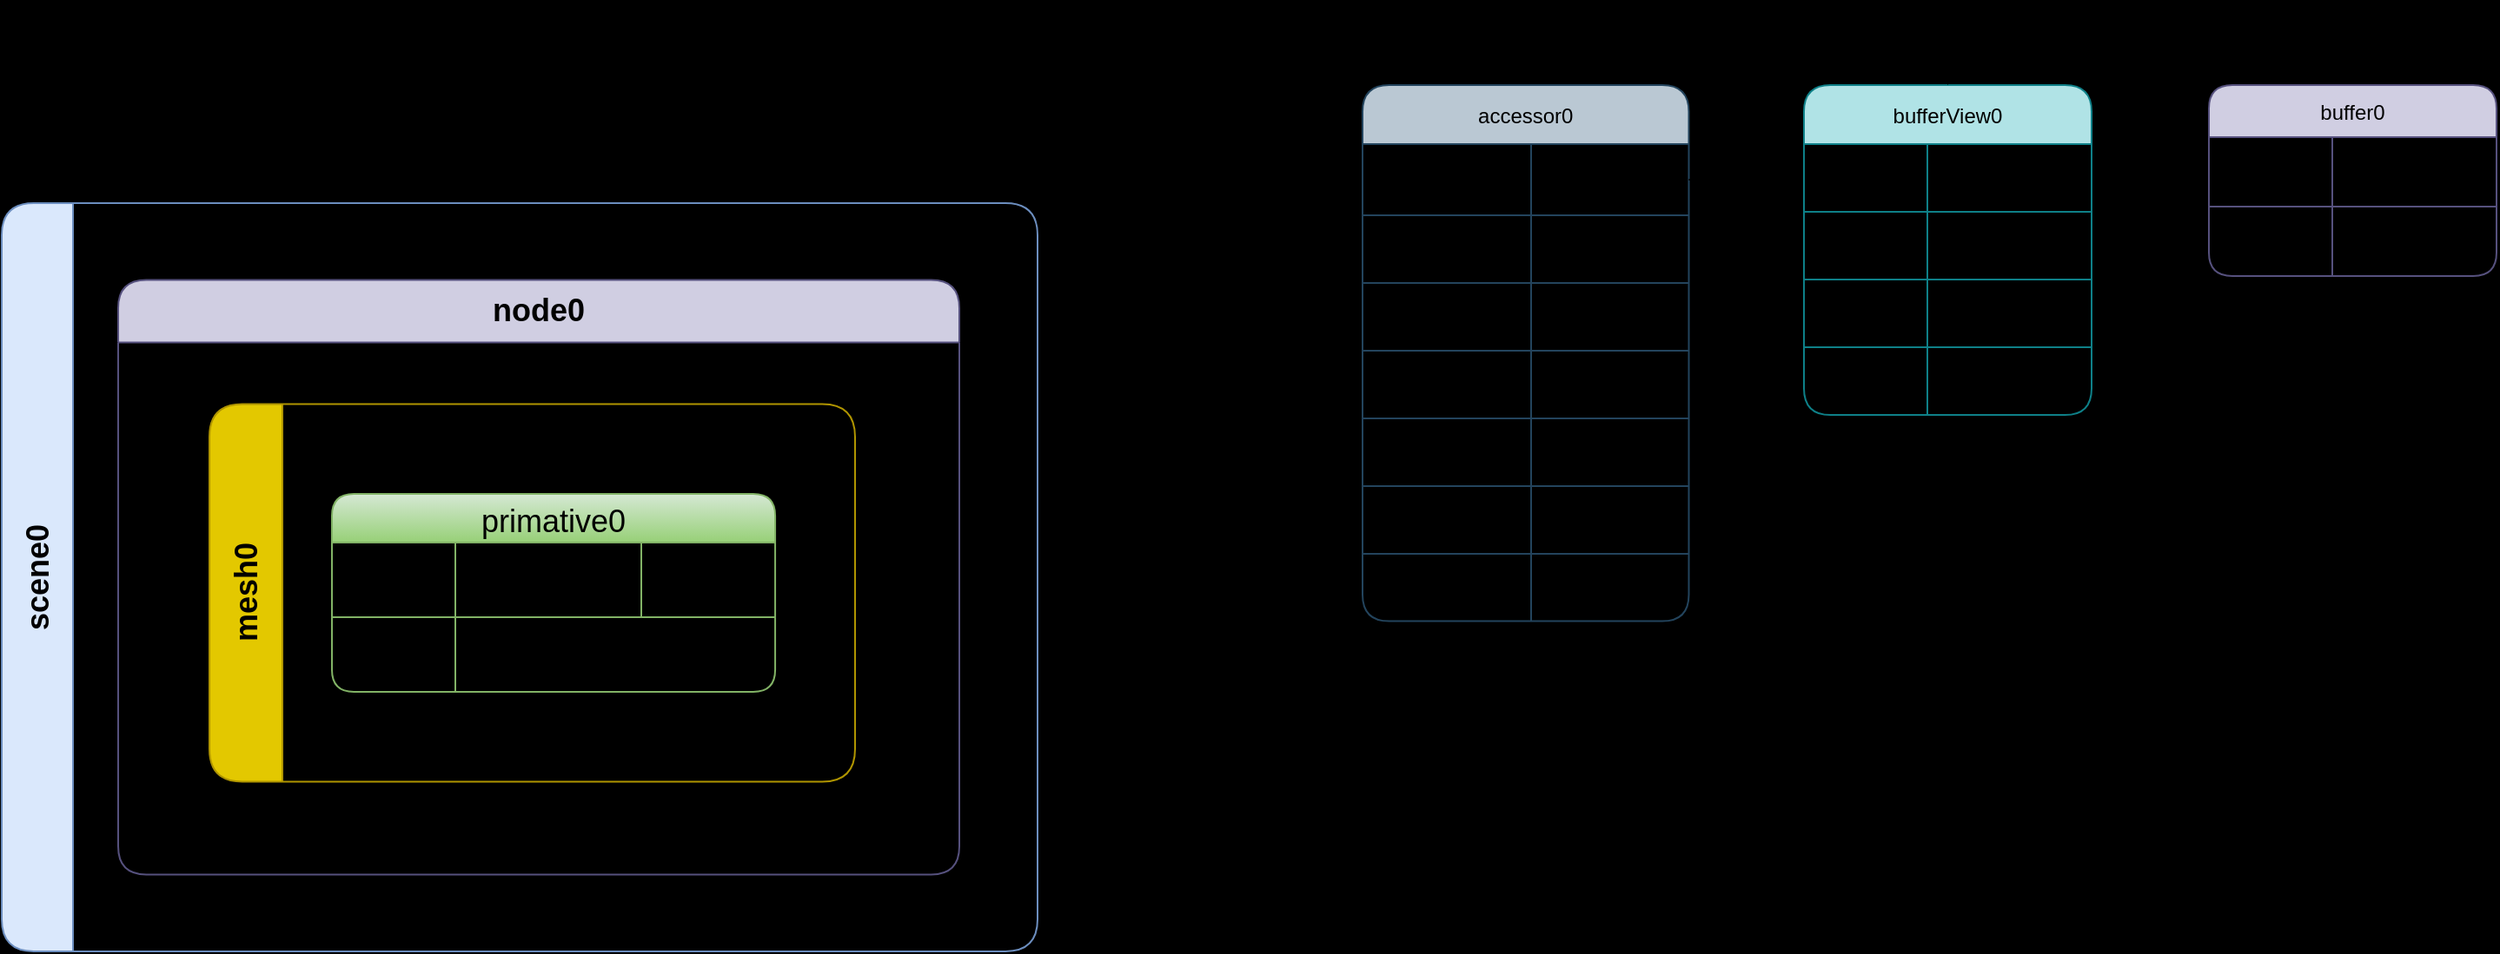
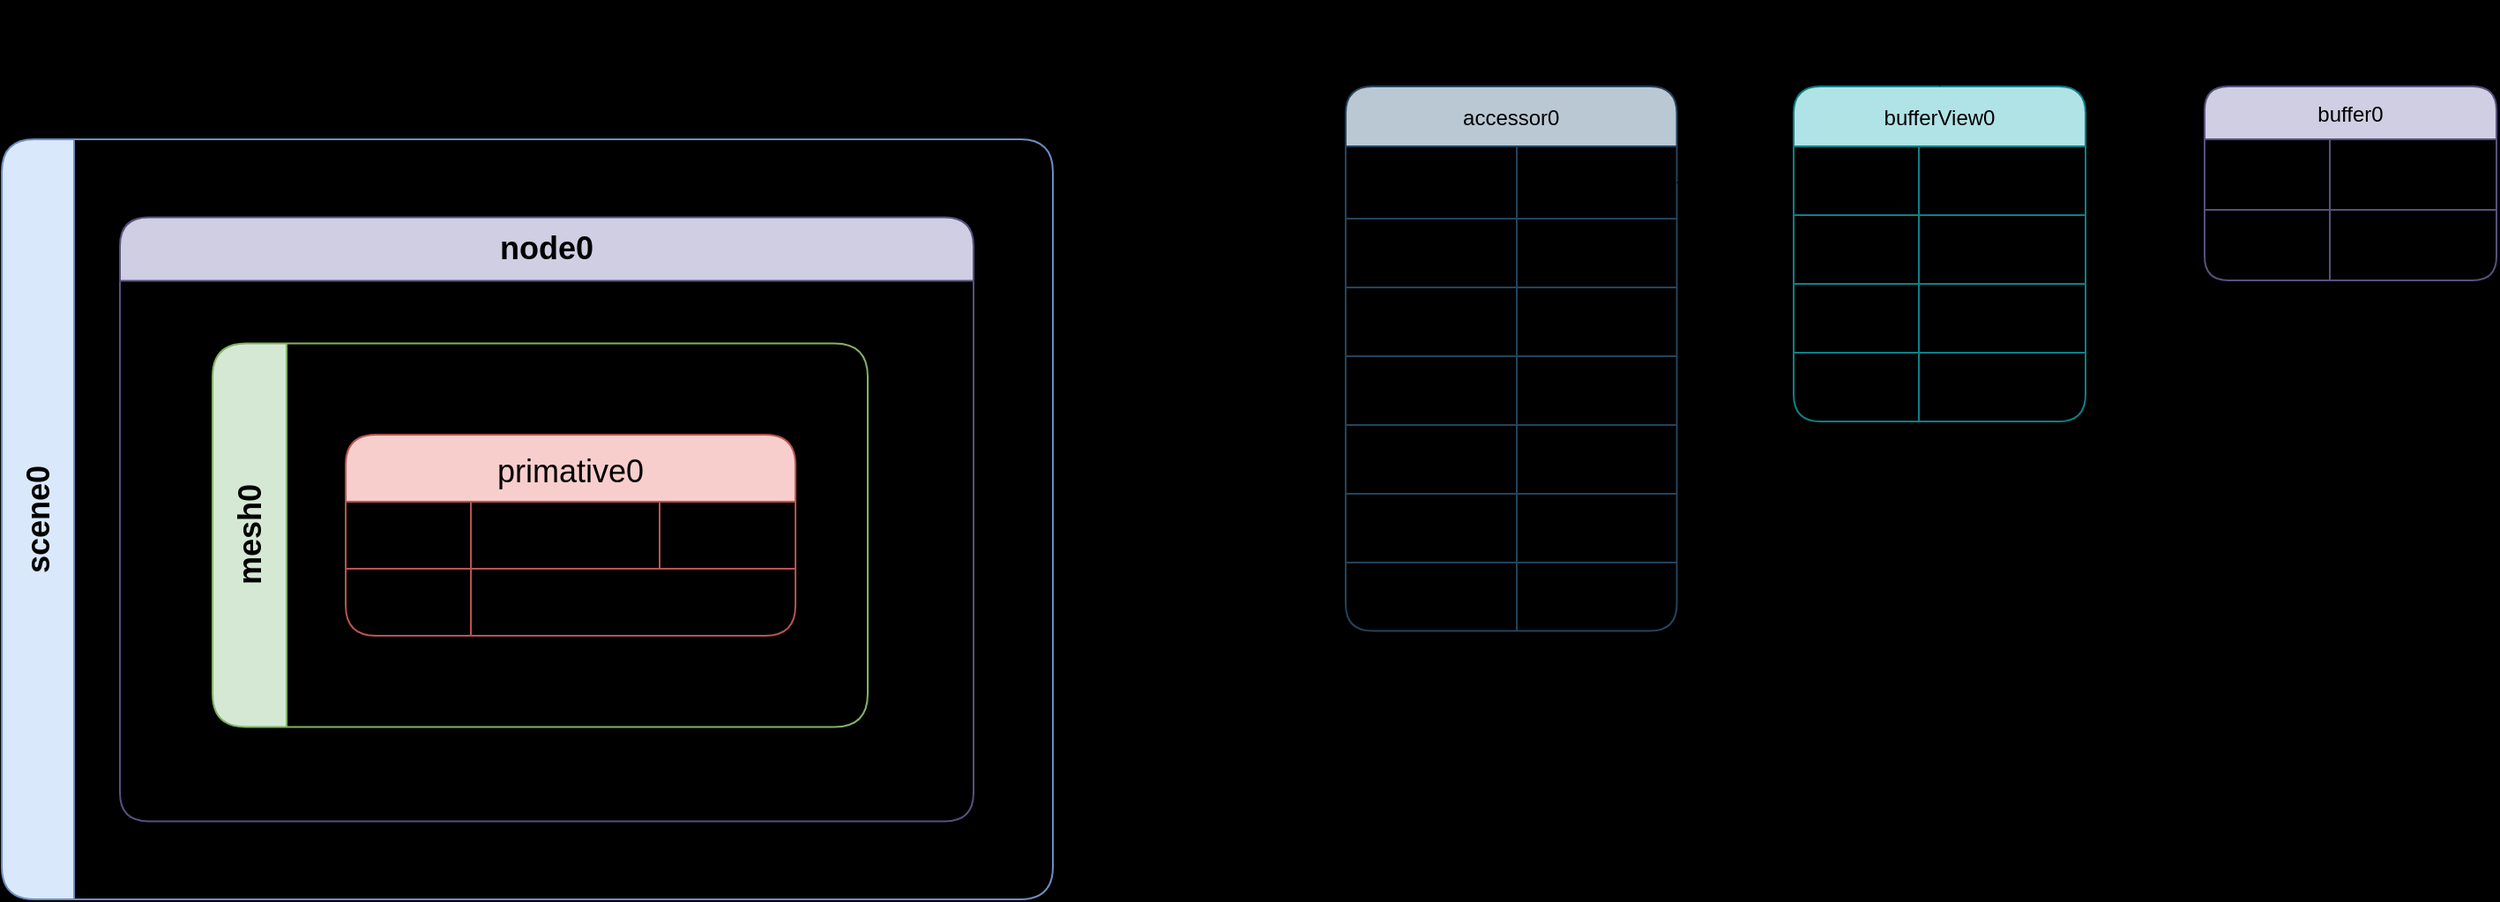
<mxfile host="app.diagrams.net">
  <diagram id="BZvedy4mBk2RI_J5c_5u" name="第 1 页">
    <mxGraphModel dx="2959" dy="1342" grid="0" gridSize="10" guides="1" tooltips="1" connect="1" arrows="1" fold="1" page="0" pageScale="1" pageWidth="827" pageHeight="1169" background="light-dark(#000000,#2B2B2B)" math="0" shadow="0">
      <root>
        <mxCell id="0" />
        <mxCell id="1" parent="0" />
-         <mxCell id="-Ds3_SINnqwqFCvs20sv-1" parent="1" style="shape=table;startSize=30;container=1;collapsible=0;childLayout=tableLayout;fixedHeader=1;fillColor=#d0cee2;strokeColor=#56517e;rounded=1;" value="buffer0" vertex="1">
+         <mxCell id="-Ds3_SINnqwqFCvs20sv-1" parent="1" style="shape=table;startSize=30;container=1;collapsible=0;childLayout=tableLayout;fixedHeader=1;fillColor=#d0cee2;strokeColor=#56517e;rounded=1;fontColor=light-dark(#000000,#66FFB3);" value="buffer0" vertex="1">
          <mxGeometry height="110" width="165.5" x="153" y="-32" as="geometry" />
        </mxCell>
        <mxCell id="-Ds3_SINnqwqFCvs20sv-2" parent="-Ds3_SINnqwqFCvs20sv-1" style="shape=tableRow;horizontal=0;startSize=0;swimlaneHead=0;swimlaneBody=0;strokeColor=inherit;top=0;left=0;bottom=0;right=0;collapsible=0;dropTarget=0;fillColor=none;points=[[0,0.5],[1,0.5]];portConstraint=eastwest;fixedHeader=1;rounded=1;" value="" vertex="1">
          <mxGeometry height="40" width="165.5" y="30" as="geometry" />
        </mxCell>
        <mxCell id="-Ds3_SINnqwqFCvs20sv-3" parent="-Ds3_SINnqwqFCvs20sv-2" style="shape=partialRectangle;html=1;whiteSpace=wrap;connectable=0;strokeColor=inherit;overflow=hidden;fillColor=none;top=0;left=0;bottom=0;right=0;pointerEvents=1;align=center;rounded=1;fontColor=light-dark(#000000,#20C2B5);" value="uri" vertex="1">
          <mxGeometry height="40" width="71" as="geometry">
            <mxRectangle height="40" width="71" as="alternateBounds" />
          </mxGeometry>
        </mxCell>
        <mxCell id="-Ds3_SINnqwqFCvs20sv-4" parent="-Ds3_SINnqwqFCvs20sv-2" style="shape=partialRectangle;html=1;whiteSpace=wrap;connectable=0;strokeColor=inherit;overflow=hidden;fillColor=none;top=0;left=0;bottom=0;right=0;pointerEvents=1;rounded=1;fontColor=light-dark(#000000,#ACB7C4);" value="data:URL" vertex="1">
          <mxGeometry height="40" width="95" x="71" as="geometry">
            <mxRectangle height="40" width="95" as="alternateBounds" />
          </mxGeometry>
        </mxCell>
        <mxCell id="-Ds3_SINnqwqFCvs20sv-5" parent="-Ds3_SINnqwqFCvs20sv-1" style="shape=tableRow;horizontal=0;startSize=0;swimlaneHead=0;swimlaneBody=0;strokeColor=inherit;top=0;left=0;bottom=0;right=0;collapsible=0;dropTarget=0;fillColor=none;points=[[0,0.5],[1,0.5]];portConstraint=eastwest;fixedHeader=1;rounded=1;" value="" vertex="1">
          <mxGeometry height="40" width="165.5" y="70" as="geometry" />
        </mxCell>
        <mxCell id="-Ds3_SINnqwqFCvs20sv-6" parent="-Ds3_SINnqwqFCvs20sv-5" style="shape=partialRectangle;html=1;whiteSpace=wrap;connectable=0;strokeColor=inherit;overflow=hidden;fillColor=none;top=0;left=0;bottom=0;right=0;pointerEvents=1;align=center;rounded=1;fontColor=light-dark(#000000,#20C2B5);" value="byteLength" vertex="1">
          <mxGeometry height="40" width="71" as="geometry">
            <mxRectangle height="40" width="71" as="alternateBounds" />
          </mxGeometry>
        </mxCell>
        <mxCell id="-Ds3_SINnqwqFCvs20sv-7" parent="-Ds3_SINnqwqFCvs20sv-5" style="shape=partialRectangle;html=1;whiteSpace=wrap;connectable=0;strokeColor=inherit;overflow=hidden;fillColor=none;top=0;left=0;bottom=0;right=0;pointerEvents=1;rounded=1;fontColor=light-dark(#000000,#ACB7C4);" value="36" vertex="1">
          <mxGeometry height="40" width="95" x="71" as="geometry">
            <mxRectangle height="40" width="95" as="alternateBounds" />
          </mxGeometry>
        </mxCell>
-         <mxCell id="IMBELnrVSliVJA-H-ImH-1" parent="1" style="shape=table;startSize=34;container=1;collapsible=0;childLayout=tableLayout;fixedHeader=1;fillColor=#b0e3e6;strokeColor=#0e8088;rounded=1;" value="bufferView0" vertex="1">
+         <mxCell id="IMBELnrVSliVJA-H-ImH-1" parent="1" style="shape=table;startSize=34;container=1;collapsible=0;childLayout=tableLayout;fixedHeader=1;fillColor=#b0e3e6;strokeColor=#0e8088;rounded=1;fontColor=light-dark(#000000,#66FFB3);" value="bufferView0" vertex="1">
          <mxGeometry height="190" width="165.5" x="-80" y="-32" as="geometry" />
        </mxCell>
        <mxCell id="IMBELnrVSliVJA-H-ImH-2" parent="IMBELnrVSliVJA-H-ImH-1" style="shape=tableRow;horizontal=0;startSize=0;swimlaneHead=0;swimlaneBody=0;strokeColor=inherit;top=0;left=0;bottom=0;right=0;collapsible=0;dropTarget=0;fillColor=none;points=[[0,0.5],[1,0.5]];portConstraint=eastwest;fixedHeader=1;rounded=1;" value="" vertex="1">
          <mxGeometry height="39" width="165.5" y="34" as="geometry" />
        </mxCell>
        <mxCell id="IMBELnrVSliVJA-H-ImH-3" parent="IMBELnrVSliVJA-H-ImH-2" style="shape=partialRectangle;html=1;whiteSpace=wrap;connectable=0;strokeColor=inherit;overflow=hidden;fillColor=none;top=0;left=0;bottom=0;right=0;pointerEvents=1;align=center;rounded=1;fontColor=light-dark(#000000,#20C2B5);" value="buffer" vertex="1">
          <mxGeometry height="39" width="71" as="geometry">
            <mxRectangle height="39" width="71" as="alternateBounds" />
          </mxGeometry>
        </mxCell>
        <mxCell id="IMBELnrVSliVJA-H-ImH-4" parent="IMBELnrVSliVJA-H-ImH-2" style="shape=partialRectangle;html=1;whiteSpace=wrap;connectable=0;strokeColor=inherit;overflow=hidden;fillColor=none;top=0;left=0;bottom=0;right=0;pointerEvents=1;rounded=1;fontColor=light-dark(#000000,#ACB7C4);" value="0" vertex="1">
          <mxGeometry height="39" width="95" x="71" as="geometry">
            <mxRectangle height="39" width="95" as="alternateBounds" />
          </mxGeometry>
        </mxCell>
        <mxCell id="IMBELnrVSliVJA-H-ImH-5" parent="IMBELnrVSliVJA-H-ImH-1" style="shape=tableRow;horizontal=0;startSize=0;swimlaneHead=0;swimlaneBody=0;strokeColor=inherit;top=0;left=0;bottom=0;right=0;collapsible=0;dropTarget=0;fillColor=none;points=[[0,0.5],[1,0.5]];portConstraint=eastwest;fixedHeader=1;rounded=1;" value="" vertex="1">
          <mxGeometry height="39" width="165.5" y="73" as="geometry" />
        </mxCell>
        <mxCell id="IMBELnrVSliVJA-H-ImH-6" parent="IMBELnrVSliVJA-H-ImH-5" style="shape=partialRectangle;html=1;whiteSpace=wrap;connectable=0;strokeColor=inherit;overflow=hidden;fillColor=none;top=0;left=0;bottom=0;right=0;pointerEvents=1;align=center;rounded=1;fontColor=light-dark(#000000,#20C2B5);" value="byteOffset" vertex="1">
          <mxGeometry height="39" width="71" as="geometry">
            <mxRectangle height="39" width="71" as="alternateBounds" />
          </mxGeometry>
        </mxCell>
        <mxCell id="IMBELnrVSliVJA-H-ImH-7" parent="IMBELnrVSliVJA-H-ImH-5" style="shape=partialRectangle;html=1;whiteSpace=wrap;connectable=0;strokeColor=inherit;overflow=hidden;fillColor=none;top=0;left=0;bottom=0;right=0;pointerEvents=1;rounded=1;fontColor=light-dark(#000000,#ACB7C4);" value="0" vertex="1">
          <mxGeometry height="39" width="95" x="71" as="geometry">
            <mxRectangle height="39" width="95" as="alternateBounds" />
          </mxGeometry>
        </mxCell>
        <mxCell id="IMBELnrVSliVJA-H-ImH-8" parent="IMBELnrVSliVJA-H-ImH-1" style="shape=tableRow;horizontal=0;startSize=0;swimlaneHead=0;swimlaneBody=0;strokeColor=inherit;top=0;left=0;bottom=0;right=0;collapsible=0;dropTarget=0;fillColor=none;points=[[0,0.5],[1,0.5]];portConstraint=eastwest;fixedHeader=1;rounded=1;" vertex="1">
          <mxGeometry height="39" width="165.5" y="112" as="geometry" />
        </mxCell>
        <mxCell id="IMBELnrVSliVJA-H-ImH-9" parent="IMBELnrVSliVJA-H-ImH-8" style="shape=partialRectangle;html=1;whiteSpace=wrap;connectable=0;strokeColor=inherit;overflow=hidden;fillColor=none;top=0;left=0;bottom=0;right=0;pointerEvents=1;align=center;rounded=1;fontColor=light-dark(#000000,#20C2B5);" value="byteLength" vertex="1">
          <mxGeometry height="39" width="71" as="geometry">
            <mxRectangle height="39" width="71" as="alternateBounds" />
          </mxGeometry>
        </mxCell>
        <mxCell id="IMBELnrVSliVJA-H-ImH-10" parent="IMBELnrVSliVJA-H-ImH-8" style="shape=partialRectangle;html=1;whiteSpace=wrap;connectable=0;strokeColor=inherit;overflow=hidden;fillColor=none;top=0;left=0;bottom=0;right=0;pointerEvents=1;rounded=1;fontColor=light-dark(#000000,#ACB7C4);" value="36" vertex="1">
          <mxGeometry height="39" width="95" x="71" as="geometry">
            <mxRectangle height="39" width="95" as="alternateBounds" />
          </mxGeometry>
        </mxCell>
        <mxCell id="IMBELnrVSliVJA-H-ImH-11" parent="IMBELnrVSliVJA-H-ImH-1" style="shape=tableRow;horizontal=0;startSize=0;swimlaneHead=0;swimlaneBody=0;strokeColor=inherit;top=0;left=0;bottom=0;right=0;collapsible=0;dropTarget=0;fillColor=none;points=[[0,0.5],[1,0.5]];portConstraint=eastwest;fixedHeader=1;rounded=1;" vertex="1">
          <mxGeometry height="39" width="165.5" y="151" as="geometry" />
        </mxCell>
        <mxCell id="IMBELnrVSliVJA-H-ImH-12" parent="IMBELnrVSliVJA-H-ImH-11" style="shape=partialRectangle;html=1;whiteSpace=wrap;connectable=0;strokeColor=inherit;overflow=hidden;fillColor=none;top=0;left=0;bottom=0;right=0;pointerEvents=1;align=center;rounded=1;fontColor=light-dark(#000000,#20C2B5);" value="target" vertex="1">
          <mxGeometry height="39" width="71" as="geometry">
            <mxRectangle height="39" width="71" as="alternateBounds" />
          </mxGeometry>
        </mxCell>
        <mxCell id="IMBELnrVSliVJA-H-ImH-13" parent="IMBELnrVSliVJA-H-ImH-11" style="shape=partialRectangle;html=1;whiteSpace=wrap;connectable=0;strokeColor=inherit;overflow=hidden;fillColor=none;top=0;left=0;bottom=0;right=0;pointerEvents=1;rounded=1;fontColor=light-dark(#000000,#ACB7C4);" value="34962" vertex="1">
          <mxGeometry height="39" width="95" x="71" as="geometry">
            <mxRectangle height="39" width="95" as="alternateBounds" />
          </mxGeometry>
        </mxCell>
-         <mxCell id="IMBELnrVSliVJA-H-ImH-16" parent="1" style="shape=table;startSize=34;container=1;collapsible=0;childLayout=tableLayout;fixedHeader=1;fillColor=#bac8d3;strokeColor=#23445d;rounded=1;" value="accessor0" vertex="1">
+         <mxCell id="IMBELnrVSliVJA-H-ImH-16" parent="1" style="shape=table;startSize=34;container=1;collapsible=0;childLayout=tableLayout;fixedHeader=1;fillColor=#bac8d3;strokeColor=#23445d;rounded=1;fontColor=light-dark(#000000,#66FFB3);" value="accessor0" vertex="1">
          <mxGeometry height="308.75" width="187.75" x="-334" y="-32" as="geometry" />
        </mxCell>
        <mxCell id="IMBELnrVSliVJA-H-ImH-17" parent="IMBELnrVSliVJA-H-ImH-16" style="shape=tableRow;horizontal=0;startSize=0;swimlaneHead=0;swimlaneBody=0;strokeColor=inherit;top=0;left=0;bottom=0;right=0;collapsible=0;dropTarget=0;fillColor=none;points=[[0,0.5],[1,0.5]];portConstraint=eastwest;fixedHeader=1;rounded=1;" value="" vertex="1">
          <mxGeometry height="41" width="187.75" y="34" as="geometry" />
        </mxCell>
        <mxCell id="IMBELnrVSliVJA-H-ImH-18" parent="IMBELnrVSliVJA-H-ImH-17" style="shape=partialRectangle;html=1;whiteSpace=wrap;connectable=0;strokeColor=inherit;overflow=hidden;fillColor=none;top=0;left=0;bottom=0;right=0;pointerEvents=1;align=center;rounded=1;fontColor=light-dark(#000000,#20C2B5);fontStyle=1" value="&lt;span style=&quot;&quot;&gt;bufferView&lt;/span&gt;" vertex="1">
          <mxGeometry height="41" width="97" as="geometry">
            <mxRectangle height="41" width="97" as="alternateBounds" />
          </mxGeometry>
        </mxCell>
        <mxCell id="IMBELnrVSliVJA-H-ImH-19" parent="IMBELnrVSliVJA-H-ImH-17" style="shape=partialRectangle;html=1;whiteSpace=wrap;connectable=0;strokeColor=inherit;overflow=hidden;fillColor=none;top=0;left=0;bottom=0;right=0;pointerEvents=1;rounded=1;fontColor=light-dark(#000000,#ACB7C4);" value="0" vertex="1">
          <mxGeometry height="41" width="91" x="97" as="geometry">
            <mxRectangle height="41" width="91" as="alternateBounds" />
          </mxGeometry>
        </mxCell>
        <mxCell id="IMBELnrVSliVJA-H-ImH-20" parent="IMBELnrVSliVJA-H-ImH-16" style="shape=tableRow;horizontal=0;startSize=0;swimlaneHead=0;swimlaneBody=0;strokeColor=inherit;top=0;left=0;bottom=0;right=0;collapsible=0;dropTarget=0;fillColor=none;points=[[0,0.5],[1,0.5]];portConstraint=eastwest;fixedHeader=1;rounded=1;" value="" vertex="1">
          <mxGeometry height="39" width="187.75" y="75" as="geometry" />
        </mxCell>
        <mxCell id="IMBELnrVSliVJA-H-ImH-21" parent="IMBELnrVSliVJA-H-ImH-20" style="shape=partialRectangle;html=1;whiteSpace=wrap;connectable=0;strokeColor=inherit;overflow=hidden;fillColor=none;top=0;left=0;bottom=0;right=0;pointerEvents=1;align=center;rounded=1;fontColor=light-dark(#000000,#20C2B5);" value="byteOffset" vertex="1">
          <mxGeometry height="39" width="97" as="geometry">
            <mxRectangle height="39" width="97" as="alternateBounds" />
          </mxGeometry>
        </mxCell>
        <mxCell id="IMBELnrVSliVJA-H-ImH-22" parent="IMBELnrVSliVJA-H-ImH-20" style="shape=partialRectangle;html=1;whiteSpace=wrap;connectable=0;strokeColor=inherit;overflow=hidden;fillColor=none;top=0;left=0;bottom=0;right=0;pointerEvents=1;rounded=1;fontColor=light-dark(#000000,#ACB7C4);" value="0" vertex="1">
          <mxGeometry height="39" width="91" x="97" as="geometry">
            <mxRectangle height="39" width="91" as="alternateBounds" />
          </mxGeometry>
        </mxCell>
        <mxCell id="IMBELnrVSliVJA-H-ImH-23" parent="IMBELnrVSliVJA-H-ImH-16" style="shape=tableRow;horizontal=0;startSize=0;swimlaneHead=0;swimlaneBody=0;strokeColor=inherit;top=0;left=0;bottom=0;right=0;collapsible=0;dropTarget=0;fillColor=none;points=[[0,0.5],[1,0.5]];portConstraint=eastwest;fixedHeader=1;rounded=1;" vertex="1">
          <mxGeometry height="39" width="187.75" y="114" as="geometry" />
        </mxCell>
        <mxCell id="IMBELnrVSliVJA-H-ImH-24" parent="IMBELnrVSliVJA-H-ImH-23" style="shape=partialRectangle;html=1;whiteSpace=wrap;connectable=0;strokeColor=inherit;overflow=hidden;fillColor=none;top=0;left=0;bottom=0;right=0;pointerEvents=1;align=center;rounded=1;fontColor=light-dark(#000000,#20C2B5);" value="componentType" vertex="1">
          <mxGeometry height="39" width="97" as="geometry">
            <mxRectangle height="39" width="97" as="alternateBounds" />
          </mxGeometry>
        </mxCell>
        <mxCell id="IMBELnrVSliVJA-H-ImH-25" parent="IMBELnrVSliVJA-H-ImH-23" style="shape=partialRectangle;html=1;whiteSpace=wrap;connectable=0;strokeColor=inherit;overflow=hidden;fillColor=none;top=0;left=0;bottom=0;right=0;pointerEvents=1;rounded=1;fontColor=light-dark(#000000,#ACB7C4);" value="5126" vertex="1">
          <mxGeometry height="39" width="91" x="97" as="geometry">
            <mxRectangle height="39" width="91" as="alternateBounds" />
          </mxGeometry>
        </mxCell>
        <mxCell id="IMBELnrVSliVJA-H-ImH-26" parent="IMBELnrVSliVJA-H-ImH-16" style="shape=tableRow;horizontal=0;startSize=0;swimlaneHead=0;swimlaneBody=0;strokeColor=inherit;top=0;left=0;bottom=0;right=0;collapsible=0;dropTarget=0;fillColor=none;points=[[0,0.5],[1,0.5]];portConstraint=eastwest;fixedHeader=1;rounded=1;" vertex="1">
          <mxGeometry height="39" width="187.75" y="153" as="geometry" />
        </mxCell>
        <mxCell id="IMBELnrVSliVJA-H-ImH-27" parent="IMBELnrVSliVJA-H-ImH-26" style="shape=partialRectangle;html=1;whiteSpace=wrap;connectable=0;strokeColor=inherit;overflow=hidden;fillColor=none;top=0;left=0;bottom=0;right=0;pointerEvents=1;align=center;rounded=1;fontColor=light-dark(#000000,#20C2B5);" value="count" vertex="1">
          <mxGeometry height="39" width="97" as="geometry">
            <mxRectangle height="39" width="97" as="alternateBounds" />
          </mxGeometry>
        </mxCell>
        <mxCell id="IMBELnrVSliVJA-H-ImH-28" parent="IMBELnrVSliVJA-H-ImH-26" style="shape=partialRectangle;html=1;whiteSpace=wrap;connectable=0;strokeColor=inherit;overflow=hidden;fillColor=none;top=0;left=0;bottom=0;right=0;pointerEvents=1;rounded=1;fontColor=light-dark(#000000,#ACB7C4);" value="3" vertex="1">
          <mxGeometry height="39" width="91" x="97" as="geometry">
            <mxRectangle height="39" width="91" as="alternateBounds" />
          </mxGeometry>
        </mxCell>
        <mxCell id="IMBELnrVSliVJA-H-ImH-29" parent="IMBELnrVSliVJA-H-ImH-16" style="shape=tableRow;horizontal=0;startSize=0;swimlaneHead=0;swimlaneBody=0;strokeColor=inherit;top=0;left=0;bottom=0;right=0;collapsible=0;dropTarget=0;fillColor=none;points=[[0,0.5],[1,0.5]];portConstraint=eastwest;fixedHeader=1;rounded=1;" vertex="1">
          <mxGeometry height="39" width="187.75" y="192" as="geometry" />
        </mxCell>
        <mxCell id="IMBELnrVSliVJA-H-ImH-30" parent="IMBELnrVSliVJA-H-ImH-29" style="shape=partialRectangle;html=1;whiteSpace=wrap;connectable=0;strokeColor=inherit;overflow=hidden;fillColor=none;top=0;left=0;bottom=0;right=0;pointerEvents=1;align=center;rounded=1;fontColor=light-dark(#000000,#20C2B5);" value="type" vertex="1">
          <mxGeometry height="39" width="97" as="geometry">
            <mxRectangle height="39" width="97" as="alternateBounds" />
          </mxGeometry>
        </mxCell>
        <mxCell id="IMBELnrVSliVJA-H-ImH-31" parent="IMBELnrVSliVJA-H-ImH-29" style="shape=partialRectangle;html=1;whiteSpace=wrap;connectable=0;strokeColor=inherit;overflow=hidden;fillColor=none;top=0;left=0;bottom=0;right=0;pointerEvents=1;rounded=1;fontColor=light-dark(#000000,#ACB7C4);" value="&quot;VEC3&quot;" vertex="1">
          <mxGeometry height="39" width="91" x="97" as="geometry">
            <mxRectangle height="39" width="91" as="alternateBounds" />
          </mxGeometry>
        </mxCell>
        <mxCell id="IMBELnrVSliVJA-H-ImH-32" parent="IMBELnrVSliVJA-H-ImH-16" style="shape=tableRow;horizontal=0;startSize=0;swimlaneHead=0;swimlaneBody=0;strokeColor=inherit;top=0;left=0;bottom=0;right=0;collapsible=0;dropTarget=0;fillColor=none;points=[[0,0.5],[1,0.5]];portConstraint=eastwest;fixedHeader=1;rounded=1;" vertex="1">
          <mxGeometry height="39" width="187.75" y="231" as="geometry" />
        </mxCell>
        <mxCell id="IMBELnrVSliVJA-H-ImH-33" parent="IMBELnrVSliVJA-H-ImH-32" style="shape=partialRectangle;html=1;whiteSpace=wrap;connectable=0;strokeColor=inherit;overflow=hidden;fillColor=none;top=0;left=0;bottom=0;right=0;pointerEvents=1;align=center;rounded=1;fontColor=light-dark(#000000,#20C2B5);" value="max" vertex="1">
          <mxGeometry height="39" width="97" as="geometry">
            <mxRectangle height="39" width="97" as="alternateBounds" />
          </mxGeometry>
        </mxCell>
        <mxCell id="IMBELnrVSliVJA-H-ImH-34" parent="IMBELnrVSliVJA-H-ImH-32" style="shape=partialRectangle;html=1;whiteSpace=wrap;connectable=0;strokeColor=inherit;overflow=hidden;fillColor=none;top=0;left=0;bottom=0;right=0;pointerEvents=1;rounded=1;fontColor=light-dark(#000000,#ACB7C4);" value="[1.0, 1.0, 0.0]" vertex="1">
          <mxGeometry height="39" width="91" x="97" as="geometry">
            <mxRectangle height="39" width="91" as="alternateBounds" />
          </mxGeometry>
        </mxCell>
        <mxCell id="IMBELnrVSliVJA-H-ImH-35" parent="IMBELnrVSliVJA-H-ImH-16" style="shape=tableRow;horizontal=0;startSize=0;swimlaneHead=0;swimlaneBody=0;strokeColor=inherit;top=0;left=0;bottom=0;right=0;collapsible=0;dropTarget=0;fillColor=none;points=[[0,0.5],[1,0.5]];portConstraint=eastwest;fixedHeader=1;rounded=1;" vertex="1">
          <mxGeometry height="39" width="187.75" y="270" as="geometry" />
        </mxCell>
        <mxCell id="IMBELnrVSliVJA-H-ImH-36" parent="IMBELnrVSliVJA-H-ImH-35" style="shape=partialRectangle;html=1;whiteSpace=wrap;connectable=0;strokeColor=inherit;overflow=hidden;fillColor=none;top=0;left=0;bottom=0;right=0;pointerEvents=1;align=center;rounded=1;fontColor=light-dark(#000000,#20C2B5);" value="min" vertex="1">
          <mxGeometry height="39" width="97" as="geometry">
            <mxRectangle height="39" width="97" as="alternateBounds" />
          </mxGeometry>
        </mxCell>
        <mxCell id="IMBELnrVSliVJA-H-ImH-37" parent="IMBELnrVSliVJA-H-ImH-35" style="shape=partialRectangle;html=1;whiteSpace=wrap;connectable=0;strokeColor=inherit;overflow=hidden;fillColor=none;top=0;left=0;bottom=0;right=0;pointerEvents=1;rounded=1;fontColor=light-dark(#000000,#ACB7C4);" value="[0.0, 1.0, 0.0]" vertex="1">
          <mxGeometry height="39" width="91" x="97" as="geometry">
            <mxRectangle height="39" width="91" as="alternateBounds" />
          </mxGeometry>
        </mxCell>
-         <mxCell id="yEyvN-dxv5ZRYvW9oAyH-64" edge="1" parent="1" source="IMBELnrVSliVJA-H-ImH-17" style="edgeStyle=orthogonalEdgeStyle;rounded=1;orthogonalLoop=1;jettySize=auto;html=1;entryX=0.5;entryY=0;entryDx=0;entryDy=0;fontSize=12;startSize=8;endSize=8;strokeColor=light-dark(#000000,#33FF99);align=center;verticalAlign=middle;fontFamily=Helvetica;fontColor=default;labelBackgroundColor=default;endArrow=classic;flowAnimation=0;exitX=1;exitY=0.5;exitDx=0;exitDy=0;" target="IMBELnrVSliVJA-H-ImH-1">
+         <mxCell id="yEyvN-dxv5ZRYvW9oAyH-64" edge="1" parent="1" source="IMBELnrVSliVJA-H-ImH-17" style="edgeStyle=orthogonalEdgeStyle;rounded=1;orthogonalLoop=1;jettySize=auto;html=1;entryX=0.5;entryY=0;entryDx=0;entryDy=0;fontSize=12;startSize=8;endSize=8;strokeColor=light-dark(#000000,#FFB570);align=center;verticalAlign=middle;fontFamily=Helvetica;fontColor=default;labelBackgroundColor=default;endArrow=classic;flowAnimation=0;exitX=1;exitY=0.5;exitDx=0;exitDy=0;" target="IMBELnrVSliVJA-H-ImH-1">
          <mxGeometry relative="1" as="geometry">
            <Array as="points">
              <mxPoint x="-113" y="23" />
              <mxPoint x="-113" y="-71" />
              <mxPoint x="3" y="-71" />
            </Array>
          </mxGeometry>
        </mxCell>
        <mxCell id="GIUIsMX7UZoavufT8lRc-2" parent="1" style="swimlane;horizontal=0;whiteSpace=wrap;html=1;fillColor=#dae8fc;strokeColor=#6c8ebf;rounded=1;startSize=41;gradientDirection=east;" value="&lt;span style=&quot;color: light-dark(rgb(0, 0, 0), rgb(102, 255, 179));&quot;&gt;&lt;font style=&quot;font-size: 18px;&quot;&gt;scene0&lt;/font&gt;&lt;/span&gt;" vertex="1">
-           <mxGeometry height="431" width="596" x="-1117" y="36" as="geometry" />
-         </mxCell>
-         <mxCell id="oYlXVEz9eKNw0EBKh330-92" parent="GIUIsMX7UZoavufT8lRc-2" style="swimlane;whiteSpace=wrap;html=1;startSize=36;strokeColor=#56517e;fillColor=#d0cee2;rounded=1;gradientColor=none;" value="&lt;span style=&quot;color: light-dark(rgb(0, 0, 0), rgb(102, 255, 179));&quot;&gt;&lt;font style=&quot;font-size: 18px;&quot;&gt;node0&lt;/font&gt;&lt;/span&gt;" vertex="1">
+           <mxGeometry height="431" width="596" x="-1096" y="-2" as="geometry" />
+         </mxCell>
+         <mxCell id="oYlXVEz9eKNw0EBKh330-92" parent="GIUIsMX7UZoavufT8lRc-2" style="swimlane;whiteSpace=wrap;html=1;startSize=36;strokeColor=#56517e;fillColor=#d0cee2;rounded=1;gradientColor=none;" value="&lt;font style=&quot;font-size: 18px; color: light-dark(rgb(0, 0, 0), rgb(102, 255, 179));&quot;&gt;node0&lt;/font&gt;" vertex="1">
          <mxGeometry height="342.5" width="484" x="67" y="44.25" as="geometry" />
        </mxCell>
-         <mxCell id="yEyvN-dxv5ZRYvW9oAyH-66" parent="oYlXVEz9eKNw0EBKh330-92" style="swimlane;horizontal=0;whiteSpace=wrap;html=1;rounded=1;startSize=42;fillColor=#e3c800;strokeColor=#B09500;fontColor=#000000;gradientColor=none;swimlaneFillColor=none;" value="&lt;span style=&quot;color: light-dark(rgb(0, 0, 0), rgb(102, 255, 179));&quot;&gt;&lt;font style=&quot;font-size: 18px;&quot;&gt;mesh0&lt;/font&gt;&lt;/span&gt;" vertex="1">
+         <mxCell id="yEyvN-dxv5ZRYvW9oAyH-66" parent="oYlXVEz9eKNw0EBKh330-92" style="swimlane;horizontal=0;whiteSpace=wrap;html=1;rounded=1;startSize=42;fillColor=#d5e8d4;strokeColor=#82b366;swimlaneFillColor=none;" value="&lt;span style=&quot;color: light-dark(rgb(0, 0, 0), rgb(102, 255, 179));&quot;&gt;&lt;font style=&quot;font-size: 18px;&quot;&gt;mesh0&lt;/font&gt;&lt;/span&gt;" vertex="1">
          <mxGeometry height="217.5" width="371.5" x="52.5" y="71.5" as="geometry" />
        </mxCell>
-         <mxCell id="yEyvN-dxv5ZRYvW9oAyH-35" parent="yEyvN-dxv5ZRYvW9oAyH-66" style="shape=table;startSize=28;container=1;collapsible=0;childLayout=tableLayout;fixedHeader=1;fillColor=#d5e8d4;strokeColor=#82b366;rounded=1;gradientColor=#97d077;fontSize=18;" value="primative0" vertex="1">
-           <mxGeometry height="114" width="255.0344827586207" x="70.5" y="51.75" as="geometry" />
+         <mxCell id="yEyvN-dxv5ZRYvW9oAyH-35" parent="yEyvN-dxv5ZRYvW9oAyH-66" style="shape=table;startSize=38;container=1;collapsible=0;childLayout=tableLayout;fixedHeader=1;fillColor=#f8cecc;strokeColor=#b85450;rounded=1;fontSize=18;fontColor=light-dark(#000000,#66FFB3);" value="primative0" vertex="1">
+           <mxGeometry height="114" width="255.0344827586207" x="75.5" y="51.75" as="geometry" />
        </mxCell>
        <mxCell id="yEyvN-dxv5ZRYvW9oAyH-36" parent="yEyvN-dxv5ZRYvW9oAyH-35" style="shape=tableRow;horizontal=0;startSize=0;swimlaneHead=0;swimlaneBody=0;strokeColor=inherit;top=0;left=0;bottom=0;right=0;collapsible=0;dropTarget=0;fillColor=none;points=[[0,0.5],[1,0.5]];portConstraint=eastwest;fixedHeader=1;rounded=1;" value="" vertex="1">
-           <mxGeometry height="43" width="255.0344827586207" y="28" as="geometry" />
+           <mxGeometry height="38" width="255.0344827586207" y="38" as="geometry" />
        </mxCell>
        <mxCell id="yEyvN-dxv5ZRYvW9oAyH-37" parent="yEyvN-dxv5ZRYvW9oAyH-36" style="shape=partialRectangle;html=1;whiteSpace=wrap;connectable=0;strokeColor=inherit;overflow=hidden;fillColor=none;top=0;left=0;bottom=0;right=0;pointerEvents=1;align=center;rounded=1;" value="&lt;span style=&quot;color: light-dark(rgb(0, 0, 0), rgb(32, 194, 181));&quot;&gt;attributes&lt;/span&gt;" vertex="1">
-           <mxGeometry height="43" width="71" as="geometry">
-             <mxRectangle height="43" width="71" as="alternateBounds" />
+           <mxGeometry height="38" width="71" as="geometry">
+             <mxRectangle height="38" width="71" as="alternateBounds" />
          </mxGeometry>
        </mxCell>
        <mxCell id="yEyvN-dxv5ZRYvW9oAyH-38" parent="yEyvN-dxv5ZRYvW9oAyH-36" style="shape=partialRectangle;html=1;whiteSpace=wrap;connectable=0;strokeColor=inherit;overflow=hidden;fillColor=none;top=0;left=0;bottom=0;right=0;pointerEvents=1;rounded=1;" value="&lt;span style=&quot;color: light-dark(rgb(0, 0, 0), rgb(103, 171, 159));&quot;&gt;POSITION&lt;/span&gt;" vertex="1">
-           <mxGeometry height="43" width="107" x="71" as="geometry">
-             <mxRectangle height="43" width="107" as="alternateBounds" />
+           <mxGeometry height="38" width="107" x="71" as="geometry">
+             <mxRectangle height="38" width="107" as="alternateBounds" />
          </mxGeometry>
        </mxCell>
        <mxCell id="yEyvN-dxv5ZRYvW9oAyH-55" parent="yEyvN-dxv5ZRYvW9oAyH-36" style="shape=partialRectangle;html=1;whiteSpace=wrap;connectable=0;strokeColor=inherit;overflow=hidden;fillColor=none;top=0;left=0;bottom=0;right=0;pointerEvents=1;rounded=1;" value="&lt;span style=&quot;color: light-dark(rgb(0, 0, 0), rgb(172, 183, 196));&quot;&gt;0&lt;/span&gt;" vertex="1">
-           <mxGeometry height="43" width="77" x="178" as="geometry">
-             <mxRectangle height="43" width="77" as="alternateBounds" />
+           <mxGeometry height="38" width="77" x="178" as="geometry">
+             <mxRectangle height="38" width="77" as="alternateBounds" />
          </mxGeometry>
        </mxCell>
        <mxCell id="yEyvN-dxv5ZRYvW9oAyH-45" parent="yEyvN-dxv5ZRYvW9oAyH-35" style="shape=tableRow;horizontal=0;startSize=0;swimlaneHead=0;swimlaneBody=0;strokeColor=inherit;top=0;left=0;bottom=0;right=0;collapsible=0;dropTarget=0;fillColor=none;points=[[0,0.5],[1,0.5]];portConstraint=eastwest;fixedHeader=1;rounded=1;" vertex="1">
-           <mxGeometry height="43" width="255.0344827586207" y="71" as="geometry" />
+           <mxGeometry height="38" width="255.0344827586207" y="76" as="geometry" />
        </mxCell>
        <mxCell id="yEyvN-dxv5ZRYvW9oAyH-46" parent="yEyvN-dxv5ZRYvW9oAyH-45" style="shape=partialRectangle;html=1;whiteSpace=wrap;connectable=0;strokeColor=inherit;overflow=hidden;fillColor=none;top=0;left=0;bottom=0;right=0;pointerEvents=1;align=center;rounded=1;fontFamily=Helvetica;fontSize=12;fontColor=default;fontStyle=0;verticalAlign=middle;" value="&lt;span style=&quot;color: light-dark(rgb(0, 0, 0), rgb(32, 194, 181));&quot;&gt;mode&lt;/span&gt;" vertex="1">
-           <mxGeometry height="43" width="71" as="geometry">
-             <mxRectangle height="43" width="71" as="alternateBounds" />
+           <mxGeometry height="38" width="71" as="geometry">
+             <mxRectangle height="38" width="71" as="alternateBounds" />
          </mxGeometry>
        </mxCell>
        <mxCell id="yEyvN-dxv5ZRYvW9oAyH-47" parent="yEyvN-dxv5ZRYvW9oAyH-45" style="shape=partialRectangle;html=1;whiteSpace=wrap;connectable=0;strokeColor=inherit;overflow=hidden;fillColor=none;top=0;left=0;bottom=0;right=0;pointerEvents=1;rounded=1;rowspan=1;colspan=2;" value="&lt;span style=&quot;color: light-dark(rgb(0, 0, 0), rgb(172, 183, 196));&quot;&gt;4&lt;/span&gt;" vertex="1">
-           <mxGeometry height="43" width="184" x="71" as="geometry">
-             <mxRectangle height="43" width="107" as="alternateBounds" />
+           <mxGeometry height="38" width="184" x="71" as="geometry">
+             <mxRectangle height="38" width="107" as="alternateBounds" />
          </mxGeometry>
        </mxCell>
        <mxCell id="yEyvN-dxv5ZRYvW9oAyH-58" parent="yEyvN-dxv5ZRYvW9oAyH-45" style="shape=partialRectangle;html=1;whiteSpace=wrap;connectable=0;strokeColor=inherit;overflow=hidden;fillColor=none;top=0;left=0;bottom=0;right=0;pointerEvents=1;rounded=1;" vertex="1" visible="0">
-           <mxGeometry height="43" width="77" x="178" as="geometry">
-             <mxRectangle height="43" width="77" as="alternateBounds" />
+           <mxGeometry height="38" width="77" x="178" as="geometry">
+             <mxRectangle height="38" width="77" as="alternateBounds" />
          </mxGeometry>
        </mxCell>
      </root>
    </mxGraphModel>
  </diagram>
</mxfile>
